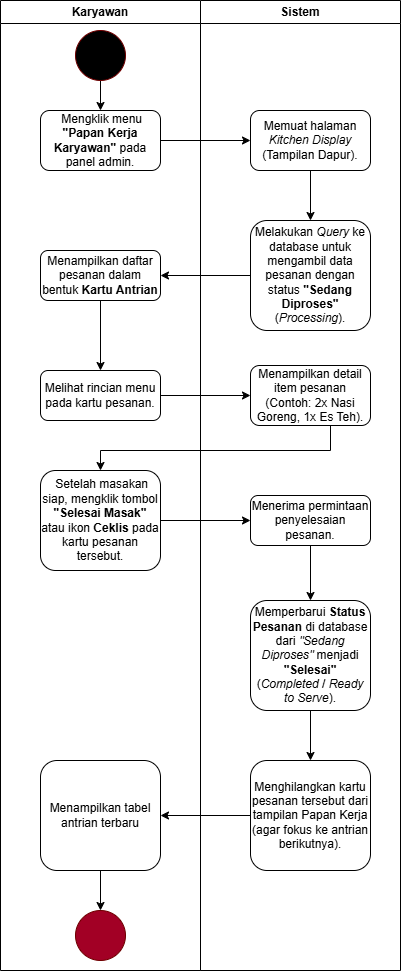
The draw.io diagram Docs/Use Case/activityfinal/Activity Diagram-Papan Kerja Karyawan.drawio.png in gustitriprayoga/Sistem-Pembayaran-QR, before a commit. Source tidied: cells renumbered, new cells last; positions are measured from the earlier drawing's top-left corner, leaving out a move shared by most shapes. The source it was exported from:
```xml
<mxGraphModel>
  <root>
    <mxCell id="0" />
    <mxCell id="1" parent="0" />
    <mxCell id="2" style="edgeStyle=orthogonalEdgeStyle;rounded=0;jettySize=auto;html=1;" parent="1" edge="1" source="3" target="25">
      <mxGeometry relative="1" as="geometry" />
    </mxCell>
    <mxCell id="3" value="&amp;nbsp;Mengklik menu &lt;b&gt;&quot;Papan Kerja Karyawan&quot;&lt;/b&gt; pada panel admin." style="rounded=1;whiteSpace=wrap;html=1;" parent="1" vertex="1">
      <mxGeometry x="40" y="110" width="120" height="60" as="geometry" />
    </mxCell>
    <mxCell id="4" style="edgeStyle=orthogonalEdgeStyle;rounded=0;jettySize=auto;html=1;" parent="1" edge="1" source="20" target="6">
      <mxGeometry relative="1" as="geometry" />
    </mxCell>
    <mxCell id="5" style="edgeStyle=orthogonalEdgeStyle;rounded=0;jettySize=auto;html=1;" parent="1" edge="1" source="6" target="8">
      <mxGeometry relative="1" as="geometry" />
    </mxCell>
    <mxCell id="6" value="Menampilkan daftar pesanan dalam bentuk &lt;b&gt;Kartu Antrian&lt;/b&gt;" style="rounded=1;whiteSpace=wrap;html=1;" parent="1" vertex="1">
      <mxGeometry x="40" y="250" width="120" height="50" as="geometry" />
    </mxCell>
    <mxCell id="7" style="edgeStyle=orthogonalEdgeStyle;rounded=0;jettySize=auto;html=1;" parent="1" edge="1" source="8" target="21">
      <mxGeometry relative="1" as="geometry" />
    </mxCell>
    <mxCell id="8" value="Melihat rincian menu pada kartu pesanan." style="rounded=1;whiteSpace=wrap;html=1;" parent="1" vertex="1">
      <mxGeometry x="40" y="370" width="120" height="50" as="geometry" />
    </mxCell>
    <mxCell id="9" style="edgeStyle=orthogonalEdgeStyle;rounded=0;jettySize=auto;html=1;" parent="1" edge="1" source="21" target="11">
      <mxGeometry relative="1" as="geometry">
        <Array as="points">
          <mxPoint x="330" y="450" />
          <mxPoint x="100" y="450" />
        </Array>
      </mxGeometry>
    </mxCell>
    <mxCell id="10" style="edgeStyle=orthogonalEdgeStyle;rounded=0;jettySize=auto;html=1;exitX=1;exitY=0.5;exitDx=0;exitDy=0;" parent="1" edge="1" source="11" target="22">
      <mxGeometry relative="1" as="geometry" />
    </mxCell>
    <mxCell id="11" value="&amp;nbsp;Setelah masakan siap, mengklik tombol &lt;b&gt;&quot;Selesai Masak&quot;&lt;/b&gt; atau ikon &lt;b&gt;Ceklis&lt;/b&gt; pada kartu pesanan tersebut." style="rounded=1;whiteSpace=wrap;html=1;" parent="1" vertex="1">
      <mxGeometry x="40" y="470" width="120" height="100" as="geometry" />
    </mxCell>
    <mxCell id="12" style="edgeStyle=orthogonalEdgeStyle;rounded=0;jettySize=auto;html=1;" parent="1" edge="1" source="24" target="14">
      <mxGeometry relative="1" as="geometry" />
    </mxCell>
    <mxCell id="13" style="edgeStyle=orthogonalEdgeStyle;rounded=0;jettySize=auto;html=1;" parent="1" edge="1" source="14" target="15">
      <mxGeometry relative="1" as="geometry" />
    </mxCell>
    <mxCell id="14" value="Menampilkan tabel antrian terbaru" style="rounded=1;whiteSpace=wrap;html=1;" parent="1" vertex="1">
      <mxGeometry x="40" y="760" width="120" height="110" as="geometry" />
    </mxCell>
    <mxCell id="15" style="ellipse;whiteSpace=wrap;html=1;rounded=1;fillColor=#a20025;fontColor=#ffffff;strokeColor=#6F0000;" parent="1" vertex="1">
      <mxGeometry x="75" y="910" width="50" height="50" as="geometry" />
    </mxCell>
    <mxCell id="16" style="edgeStyle=orthogonalEdgeStyle;rounded=0;jettySize=auto;html=1;exitX=0.5;exitY=1;exitDx=0;exitDy=0;" parent="1" edge="1" source="17" target="3">
      <mxGeometry relative="1" as="geometry" />
    </mxCell>
    <mxCell id="17" style="ellipse;whiteSpace=wrap;html=1;rounded=1;fillColor=#000000;fontColor=#ffffff;strokeColor=#6F0000;" parent="1" vertex="1">
      <mxGeometry x="75" y="30" width="50" height="50" as="geometry" />
    </mxCell>
    <mxCell id="18" value="Karyawan" style="swimlane;whiteSpace=wrap;html=1;" parent="1" vertex="1">
      <mxGeometry width="200" height="970" as="geometry" />
    </mxCell>
    <mxCell id="19" value="Sistem" style="swimlane;whiteSpace=wrap;html=1;" parent="1" vertex="1">
      <mxGeometry x="200" width="200" height="970" as="geometry" />
    </mxCell>
    <mxCell id="20" value="Melakukan &lt;i&gt;Query&lt;/i&gt; ke database untuk mengambil data pesanan dengan status &lt;b&gt;&quot;Sedang Diproses&quot;&lt;/b&gt; (&lt;i&gt;Processing&lt;/i&gt;)." style="rounded=1;whiteSpace=wrap;html=1;" parent="19" vertex="1">
      <mxGeometry x="50" y="220" width="120" height="110" as="geometry" />
    </mxCell>
    <mxCell id="21" value="Menampilkan detail item pesanan (Contoh: 2x Nasi Goreng, 1x Es Teh)." style="rounded=1;whiteSpace=wrap;html=1;" parent="19" vertex="1">
      <mxGeometry x="50" y="365" width="120" height="60" as="geometry" />
    </mxCell>
    <mxCell id="22" value="Menerima permintaan penyelesaian pesanan." style="rounded=1;whiteSpace=wrap;html=1;" parent="19" vertex="1">
      <mxGeometry x="50" y="495" width="120" height="50" as="geometry" />
    </mxCell>
    <mxCell id="23" value="Memperbarui &lt;b&gt;Status Pesanan&lt;/b&gt; di database dari &lt;i&gt;&quot;Sedang Diproses&quot;&lt;/i&gt; menjadi &lt;b&gt;&quot;Selesai&quot;&lt;/b&gt; (&lt;i&gt;Completed&lt;/i&gt; / &lt;i&gt;Ready to Serve&lt;/i&gt;)." style="rounded=1;whiteSpace=wrap;html=1;" parent="19" vertex="1">
      <mxGeometry x="50" y="600" width="120" height="110" as="geometry" />
    </mxCell>
    <mxCell id="24" value="Menghilangkan kartu pesanan tersebut dari tampilan Papan Kerja (agar fokus ke antrian berikutnya)." style="rounded=1;whiteSpace=wrap;html=1;" parent="19" vertex="1">
      <mxGeometry x="50" y="760" width="120" height="110" as="geometry" />
    </mxCell>
    <mxCell id="25" value="Memuat halaman &lt;i&gt;Kitchen Display&lt;/i&gt; (Tampilan Dapur)." style="rounded=1;whiteSpace=wrap;html=1;" parent="19" vertex="1">
      <mxGeometry x="50" y="110" width="120" height="60" as="geometry" />
    </mxCell>
    <mxCell id="26" style="edgeStyle=orthogonalEdgeStyle;rounded=0;jettySize=auto;html=1;" parent="19" edge="1" source="22" target="23">
      <mxGeometry relative="1" as="geometry" />
    </mxCell>
    <mxCell id="27" style="edgeStyle=orthogonalEdgeStyle;rounded=0;jettySize=auto;html=1;" parent="19" edge="1" source="23" target="24">
      <mxGeometry relative="1" as="geometry" />
    </mxCell>
    <mxCell id="28" style="edgeStyle=orthogonalEdgeStyle;rounded=0;jettySize=auto;html=1;" parent="19" edge="1" source="25" target="20">
      <mxGeometry relative="1" as="geometry" />
    </mxCell>
  </root>
</mxGraphModel>
```
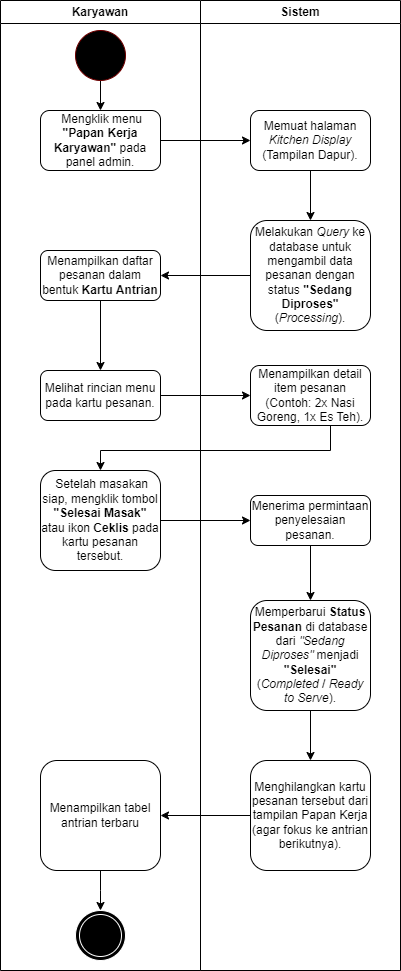
The same file after the commit.

Diff of the diagram source:
```diff
@@ -40,15 +40,14 @@
     <mxCell id="12" style="edgeStyle=orthogonalEdgeStyle;rounded=0;jettySize=auto;html=1;" parent="1" edge="1" source="24" target="14">
       <mxGeometry relative="1" as="geometry" />
     </mxCell>
-    <mxCell id="13" style="edgeStyle=orthogonalEdgeStyle;rounded=0;jettySize=auto;html=1;" parent="1" edge="1" source="14" target="15">
-      <mxGeometry relative="1" as="geometry" />
+    <mxCell id="13" style="edgeStyle=orthogonalEdgeStyle;rounded=0;jettySize=auto;html=1;" parent="1" edge="1" source="14">
+      <mxGeometry relative="1" as="geometry">
+        <mxPoint x="100" y="910" as="targetPoint" />
+      </mxGeometry>
     </mxCell>
     <mxCell id="14" value="Menampilkan tabel antrian terbaru" style="rounded=1;whiteSpace=wrap;html=1;" parent="1" vertex="1">
       <mxGeometry x="40" y="760" width="120" height="110" as="geometry" />
     </mxCell>
-    <mxCell id="15" style="ellipse;whiteSpace=wrap;html=1;rounded=1;fillColor=#a20025;fontColor=#ffffff;strokeColor=#6F0000;" parent="1" vertex="1">
-      <mxGeometry x="75" y="910" width="50" height="50" as="geometry" />
-    </mxCell>
     <mxCell id="16" style="edgeStyle=orthogonalEdgeStyle;rounded=0;jettySize=auto;html=1;exitX=0.5;exitY=1;exitDx=0;exitDy=0;" parent="1" edge="1" source="17" target="3">
       <mxGeometry relative="1" as="geometry" />
     </mxCell>
@@ -58,6 +57,9 @@
     <mxCell id="18" value="Karyawan" style="swimlane;whiteSpace=wrap;html=1;" parent="1" vertex="1">
       <mxGeometry width="200" height="970" as="geometry" />
     </mxCell>
+    <mxCell id="29" style="ellipse;shape=doubleEllipse;whiteSpace=wrap;html=1;fillColor=#000000;fontColor=#ffffff;strokeColor=#FFFFFF;" parent="18" vertex="1">
+      <mxGeometry x="75" y="910" width="50" height="50" as="geometry" />
+    </mxCell>
     <mxCell id="19" value="Sistem" style="swimlane;whiteSpace=wrap;html=1;" parent="1" vertex="1">
       <mxGeometry x="200" width="200" height="970" as="geometry" />
     </mxCell>
```
